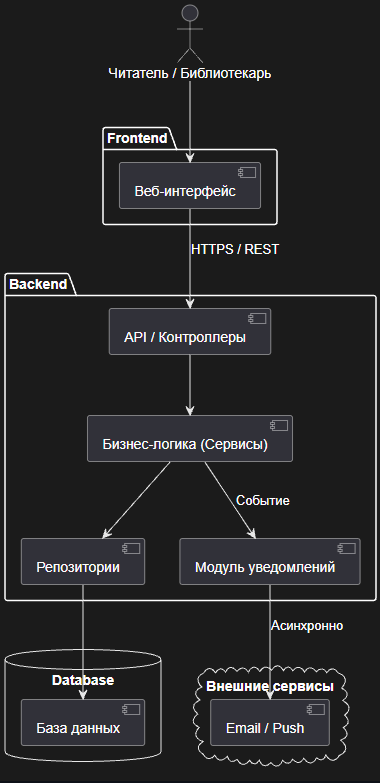
Earlier version of the PlantUML export lab3/diagrams/architecture.png (triple-alex/isit-lab). Its source is kept beside it as lab3/diagrams/architecture.puml. Its diagram source:
```plantuml
@startuml
top to bottom direction

actor "Читатель / Библиотекарь" as User

package "Frontend" {
  [Веб-интерфейс] as UI
}

package "Backend" {
  [API / Контроллеры] as Controllers
  [Бизнес-логика (Сервисы)] as Services
  [Репозитории] as Repos
  [Модуль уведомлений] as Notify
}

database "Database" {
  [База данных] as DB
}

cloud "Внешние сервисы" {
  [Email / Push] as Ext
}

User --> UI
UI --> Controllers : HTTPS / REST
Controllers --> Services
Services --> Repos
Repos --> DB
Services --> Notify : Событие
Notify --> Ext : Асинхронно
@enduml
```
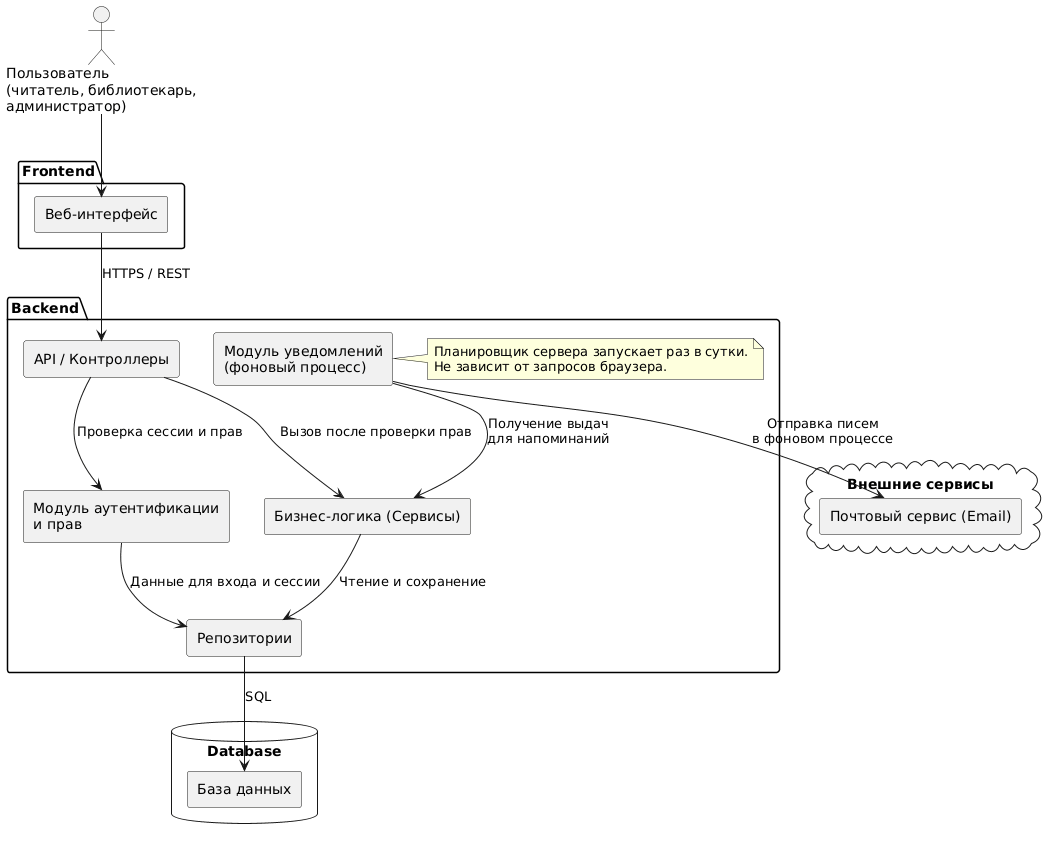
After the change.

Commit message:
Lab 3: architecture and diagrams

Change to the diagram source:
```diff
@@ -1,7 +1,9 @@
 @startuml
 top to bottom direction
+skinparam shadowing false
+skinparam componentStyle rectangle
 
-actor "Читатель / Библиотекарь" as User
+actor "Пользователь\n(читатель, библиотекарь,\nадминистратор)" as User
 
 package "Frontend" {
   [Веб-интерфейс] as UI
@@ -9,9 +11,15 @@
 
 package "Backend" {
   [API / Контроллеры] as Controllers
+  [Модуль аутентификации\nи прав] as Auth
   [Бизнес-логика (Сервисы)] as Services
   [Репозитории] as Repos
-  [Модуль уведомлений] as Notify
+  [Модуль уведомлений\n(фоновый процесс)] as Notify
+
+  note right of Notify
+    Планировщик сервера запускает раз в сутки.
+    Не зависит от запросов браузера.
+  end note
 }
 
 database "Database" {
@@ -19,14 +27,16 @@
 }
 
 cloud "Внешние сервисы" {
-  [Email / Push] as Ext
+  [Почтовый сервис (Email)] as Ext
 }
 
 User --> UI
 UI --> Controllers : HTTPS / REST
-Controllers --> Services
-Services --> Repos
-Repos --> DB
-Services --> Notify : Событие
-Notify --> Ext : Асинхронно
+Controllers --> Auth : Проверка сессии и прав
+Auth --> Repos : Данные для входа и сессии
+Controllers --> Services : Вызов после проверки прав
+Services --> Repos : Чтение и сохранение
+Repos --> DB : SQL
+Notify --> Services : Получение выдач\nдля напоминаний
+Notify --> Ext : Отправка писем\nв фоновом процессе
 @enduml
```
